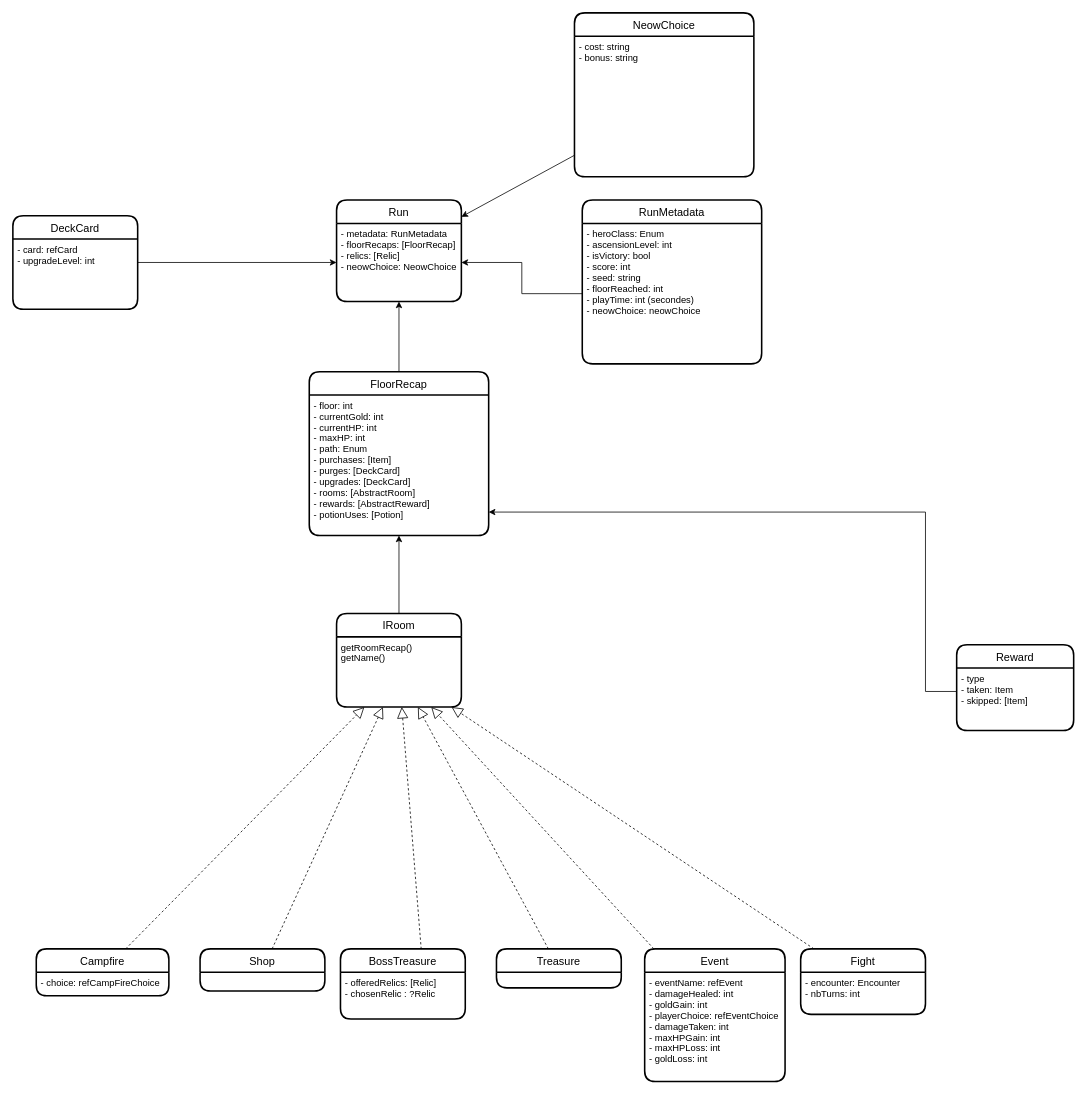
Earlier version of the draw.io diagram page "entities" (1 of 3) of docs/schema_WiP.drawio (SchOlivier/StsAnalytics). Source tidied: cells renumbered, new cells numbered last; positions are measured from the earlier drawing's top-left corner, leaving out a move shared by most shapes. Both pictures are drawn from the tidied source at 78%, with x=0, y=0 at pixel (12, 12).
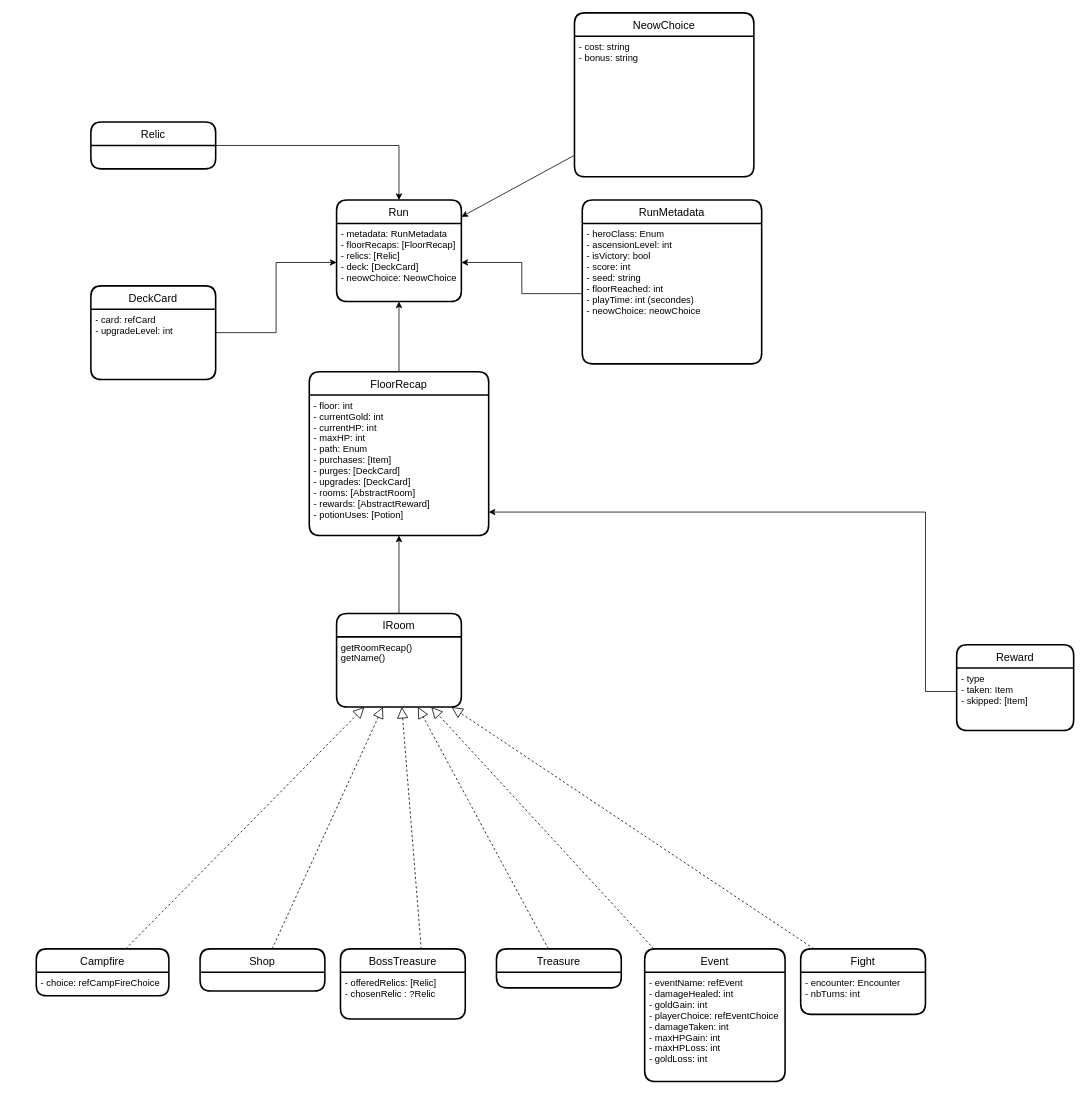
The same diagram, later.

The change refers to these unchanged cells:
```xml
<mxCell id="2" value="Run" style="swimlane;horizontal=1;startSize=30;rounded=1;fontSize=14;fontStyle=0;strokeWidth=2;shadow=0;dashed=0;align=center;" parent="1" vertex="1">
  <mxGeometry x="415" y="240" width="160" height="130" as="geometry" />
</mxCell>
```

Diff of the diagram source:
```diff
@@
-    <mxCell id="3" value="- metadata: RunMetadata&#10;- floorRecaps: [FloorRecap]&#10;- relics: [Relic]&#10;- neowChoice: NeowChoice" style="align=left;strokeColor=none;fillColor=none;spacingLeft=4;fontSize=12;verticalAlign=top;" parent="2" vertex="1">
+    <mxCell id="3" value="- metadata: RunMetadata&#10;- floorRecaps: [FloorRecap]&#10;- relics: [Relic]&#10;- deck: [DeckCard]&#10;- neowChoice: NeowChoice" style="align=left;strokeColor=none;fillColor=none;spacingLeft=4;fontSize=12;verticalAlign=top;" parent="2" vertex="1">
       <mxGeometry y="30" width="160" height="100" as="geometry" />
     </mxCell>
@@
     <mxCell id="15" value="DeckCard" style="swimlane;horizontal=1;startSize=30;rounded=1;fontSize=14;fontStyle=0;strokeWidth=2;shadow=0;dashed=0;align=center;" parent="1" vertex="1">
-      <mxGeometry y="260" width="160" height="120" as="geometry" />
+      <mxGeometry x="100" y="350" width="160" height="120" as="geometry" />
     </mxCell>
@@
+    <mxCell id="38" style="edgeStyle=orthogonalEdgeStyle;rounded=0;jettySize=auto;html=1;" parent="1" edge="1" source="39" target="2">
+      <mxGeometry relative="1" as="geometry" />
+    </mxCell>
+    <mxCell id="39" value="Relic" style="swimlane;horizontal=1;startSize=30;rounded=1;fontSize=14;fontStyle=0;strokeWidth=2;shadow=0;dashed=0;align=center;" parent="1" vertex="1">
+      <mxGeometry x="100" y="140" width="160" height="60" as="geometry" />
+    </mxCell>
```
